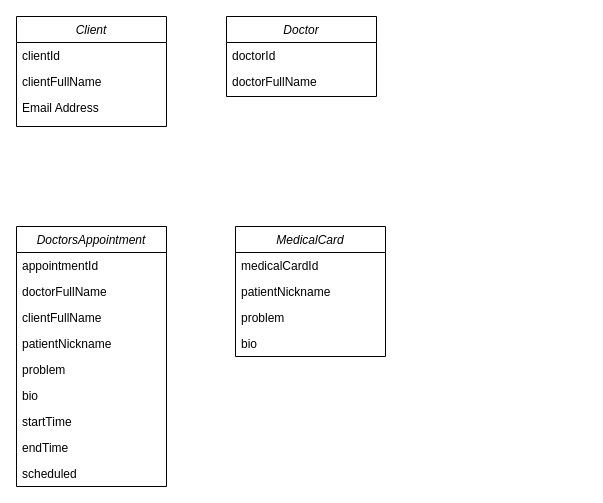
Earlier version of the draw.io diagram Диаграмма без названия.drawio (FrolovIlia/VetClinicSystem). Source tidied: cells renumbered, new cells numbered last; positions are measured from the earlier drawing's top-left corner, leaving out a move shared by most shapes. Both pictures are drawn from the tidied source at 100%, with x=0, y=0 at pixel (16, 16).
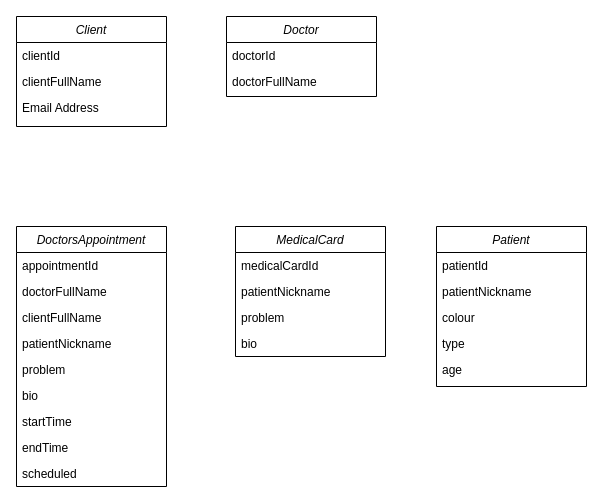
Above is the later version.

Commit message:
Добавил эллементы форм.drawio

What changed in the source:
```diff
@@
+    <mxCell id="24" value="Patient" style="swimlane;fontStyle=2;align=center;verticalAlign=top;horizontal=1;startSize=26;rounded=0;shadow=0;strokeWidth=1;" parent="1" vertex="1">
+      <mxGeometry x="420" y="210" width="150" height="160" as="geometry" />
+    </mxCell>
+    <mxCell id="25" value="patientId" style="text;align=left;verticalAlign=top;spacingLeft=4;spacingRight=4;overflow=hidden;" parent="24" vertex="1">
+      <mxGeometry y="26" width="150" height="26" as="geometry" />
+    </mxCell>
+    <mxCell id="26" value="patientNickname" style="text;align=left;verticalAlign=top;spacingLeft=4;spacingRight=4;overflow=hidden;rounded=0;shadow=0;html=0;" parent="24" vertex="1">
+      <mxGeometry y="52" width="150" height="26" as="geometry" />
+    </mxCell>
+    <mxCell id="27" value="colour" style="text;align=left;verticalAlign=top;spacingLeft=4;spacingRight=4;overflow=hidden;rounded=0;shadow=0;html=0;" parent="24" vertex="1">
+      <mxGeometry y="78" width="150" height="26" as="geometry" />
+    </mxCell>
+    <mxCell id="28" value="type" style="text;align=left;verticalAlign=top;spacingLeft=4;spacingRight=4;overflow=hidden;rounded=0;shadow=0;html=0;" parent="24" vertex="1">
+      <mxGeometry y="104" width="150" height="26" as="geometry" />
+    </mxCell>
+    <mxCell id="29" value="age" style="text;align=left;verticalAlign=top;spacingLeft=4;spacingRight=4;overflow=hidden;rounded=0;shadow=0;html=0;" parent="24" vertex="1">
+      <mxGeometry y="130" width="150" height="26" as="geometry" />
+    </mxCell>
```
